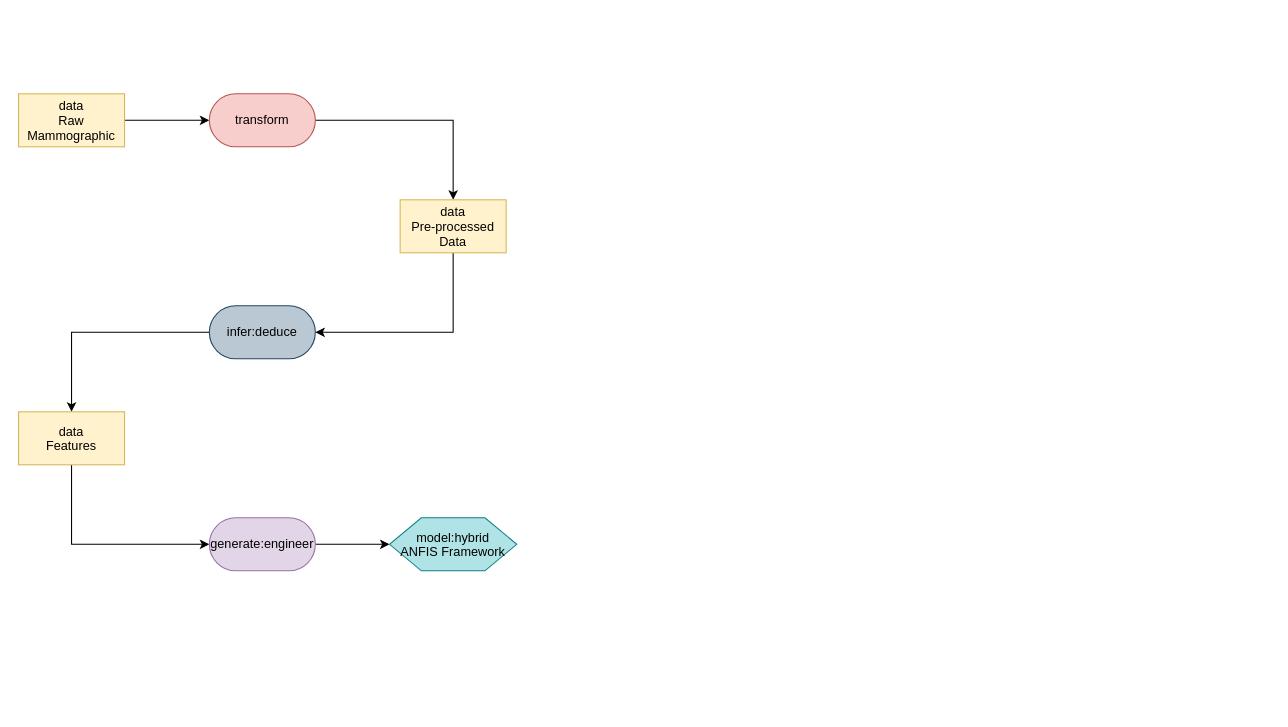
The draw.io diagram page "REML First Refined Pattern" (2 of 6) of medical patterns to boxologies/Rule-Based Method pre-processes input data for ML Prediction (RBML)/REML.drawio in zonnesmit/thesis, before the edit. Source tidied: cells renumbered, new cells numbered last; positions are measured from the earlier drawing's top-left corner, leaving out a move shared by most shapes. Both pictures are drawn from the tidied source at 106%, with x=0, y=0 at pixel (18, 93).
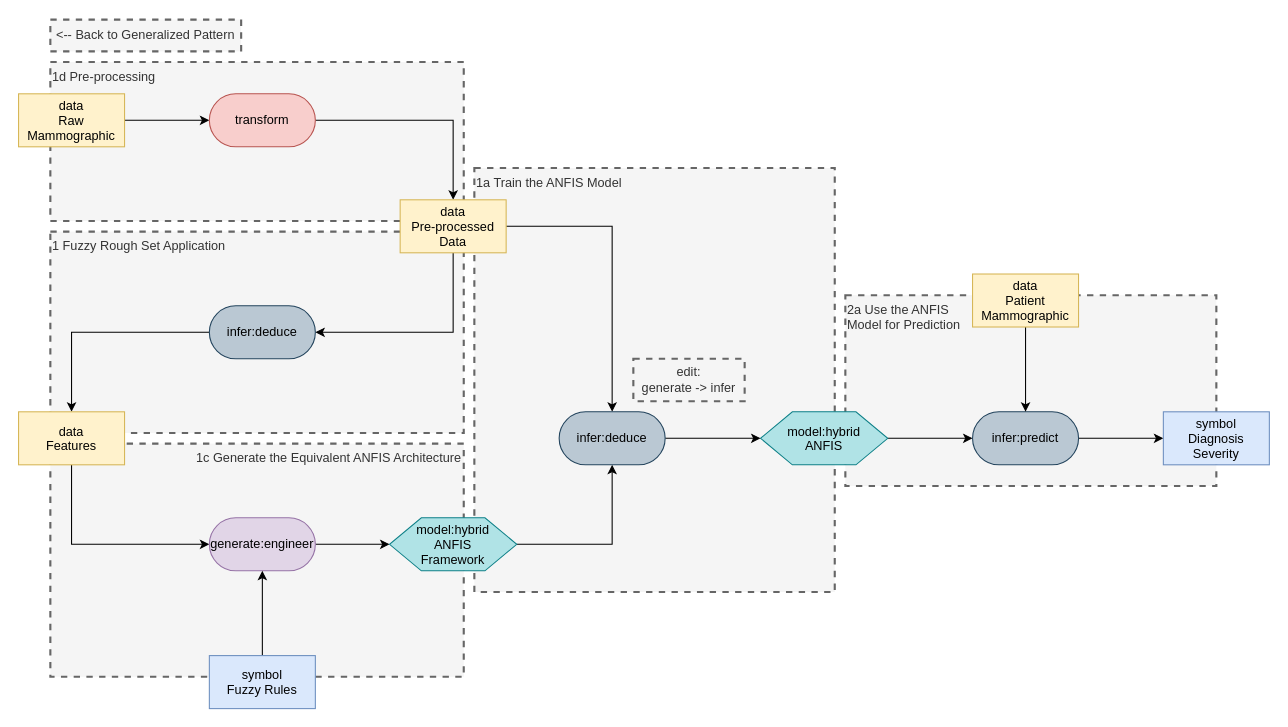
After the change.

The change refers to these unchanged cells:
```xml
<mxCell id="7" value="data&#10;Pre-processed&#10;Data" style="rectangle;fillColor=#fff2cc;strokeColor=#d6b656;" parent="1" vertex="1">
  <mxGeometry x="360" y="100" width="100" height="50" as="geometry" />
</mxCell>
<mxCell id="13" value="generate:engineer" style="rounded=1;whiteSpace=wrap;html=1;arcSize=50;fillColor=#e1d5e7;strokeColor=#9673a6;" parent="1" vertex="1">
  <mxGeometry x="180" y="400" width="100" height="50" as="geometry" />
</mxCell>
```

The edit, as a diff of the source:
```diff
@@
+    <mxCell id="15" value="&lt;div&gt;2a Use the ANFIS&lt;/div&gt;&lt;div&gt;Model for Prediction&lt;/div&gt;" style="text;html=1;align=left;verticalAlign=top;whiteSpace=wrap;rounded=0;dashed=1;fillColor=#f5f5f5;fontColor=#333333;strokeColor=#666666;strokeWidth=2;" parent="1" vertex="1">
+      <mxGeometry x="780" y="190" width="350" height="180" as="geometry" />
+    </mxCell>
+    <mxCell id="16" value="1a Train the ANFIS Model" style="text;html=1;align=left;verticalAlign=top;whiteSpace=wrap;rounded=0;dashed=1;fillColor=#f5f5f5;fontColor=#333333;strokeColor=#666666;strokeWidth=2;" parent="1" vertex="1">
+      <mxGeometry x="430" y="70" width="340" height="400" as="geometry" />
+    </mxCell>
+    <mxCell id="17" value="1c Generate the Equivalent ANFIS Architecture" style="text;html=1;align=right;verticalAlign=top;whiteSpace=wrap;rounded=0;dashed=1;fillColor=#f5f5f5;fontColor=#333333;strokeColor=#666666;strokeWidth=2;" parent="1" vertex="1">
+      <mxGeometry x="30" y="330" width="390" height="220" as="geometry" />
+    </mxCell>
+    <mxCell id="18" value="1 Fuzzy Rough Set Application" style="text;html=1;align=left;verticalAlign=top;whiteSpace=wrap;rounded=0;dashed=1;fillColor=#f5f5f5;fontColor=#333333;strokeColor=#666666;strokeWidth=2;" parent="1" vertex="1">
+      <mxGeometry x="30" y="130" width="390" height="190" as="geometry" />
+    </mxCell>
+    <mxCell id="19" value="1d Pre-processing" style="text;html=1;align=left;verticalAlign=top;whiteSpace=wrap;rounded=0;dashed=1;fillColor=#f5f5f5;fontColor=#333333;strokeColor=#666666;strokeWidth=2;" parent="1" vertex="1">
+      <mxGeometry x="30" y="-30" width="390" height="150" as="geometry" />
+    </mxCell>
@@
+    <mxCell id="20" style="edgeStyle=orthogonalEdgeStyle;rounded=0;jettySize=auto;html=1;exitX=1;exitY=0.5;exitDx=0;exitDy=0;entryX=0.5;entryY=0;entryDx=0;entryDy=0;" parent="1" edge="1" source="7" target="32">
+      <mxGeometry relative="1" as="geometry" />
+    </mxCell>
@@
+    <mxCell id="21" style="edgeStyle=orthogonalEdgeStyle;rounded=0;jettySize=auto;html=1;exitX=1;exitY=0.5;exitDx=0;exitDy=0;entryX=0.5;entryY=1;entryDx=0;entryDy=0;" parent="1" edge="1" source="14" target="32">
+      <mxGeometry relative="1" as="geometry" />
+    </mxCell>
-    <mxCell id="14" value="model:hybrid&#10;ANFIS Framework" style="shape=hexagon;perimeter=hexagonPerimeter2;fillColor=#b0e3e6;strokeColor=#0e8088;" parent="1" vertex="1">
+    <mxCell id="14" value="model:hybrid&#10;ANFIS&#10;Framework" style="shape=hexagon;perimeter=hexagonPerimeter2;fillColor=#b0e3e6;strokeColor=#0e8088;" parent="1" vertex="1">
       <mxGeometry x="350" y="400" width="120" height="50" as="geometry" />
     </mxCell>
+    <mxCell id="22" style="edgeStyle=orthogonalEdgeStyle;rounded=0;jettySize=auto;html=1;entryX=0.5;entryY=1;entryDx=0;entryDy=0;" parent="1" edge="1" source="23" target="13">
+      <mxGeometry relative="1" as="geometry" />
+    </mxCell>
+    <mxCell id="23" value="symbol&#10;Fuzzy Rules" style="rectangle;fillColor=#dae8fc;strokeColor=#6c8ebf;" parent="1" vertex="1">
+      <mxGeometry x="180" y="530" width="100" height="50" as="geometry" />
+    </mxCell>
+    <mxCell id="24" style="edgeStyle=orthogonalEdgeStyle;rounded=0;jettySize=auto;html=1;exitX=1;exitY=0.5;exitDx=0;exitDy=0;entryX=0;entryY=0.5;entryDx=0;entryDy=0;" parent="1" edge="1" source="25" target="27">
+      <mxGeometry relative="1" as="geometry" />
+    </mxCell>
+    <mxCell id="25" value="model:hybrid&#10;ANFIS" style="shape=hexagon;perimeter=hexagonPerimeter2;fillColor=#b0e3e6;strokeColor=#0e8088;" parent="1" vertex="1">
+      <mxGeometry x="700" y="300" width="120" height="50" as="geometry" />
+    </mxCell>
+    <mxCell id="26" style="edgeStyle=orthogonalEdgeStyle;rounded=0;jettySize=auto;html=1;exitX=1;exitY=0.5;exitDx=0;exitDy=0;entryX=0;entryY=0.5;entryDx=0;entryDy=0;" parent="1" edge="1" source="27" target="30">
+      <mxGeometry relative="1" as="geometry" />
+    </mxCell>
+    <mxCell id="27" value="infer:predict" style="rounded=1;whiteSpace=wrap;html=1;arcSize=50;fillColor=#bac8d3;strokeColor=#23445d;" parent="1" vertex="1">
+      <mxGeometry x="900" y="300" width="100" height="50" as="geometry" />
+    </mxCell>
+    <mxCell id="28" style="edgeStyle=orthogonalEdgeStyle;rounded=0;jettySize=auto;html=1;entryX=0.5;entryY=0;entryDx=0;entryDy=0;" parent="1" edge="1" source="29" target="27">
+      <mxGeometry relative="1" as="geometry" />
+    </mxCell>
+    <mxCell id="29" value="data&#10;Patient&#10;Mammographic" style="rectangle;fillColor=#fff2cc;strokeColor=#d6b656;" parent="1" vertex="1">
+      <mxGeometry x="900" y="170" width="100" height="50" as="geometry" />
+    </mxCell>
+    <mxCell id="30" value="symbol&#10;Diagnosis&#10;Severity" style="rectangle;fillColor=#dae8fc;strokeColor=#6c8ebf;" parent="1" vertex="1">
+      <mxGeometry x="1080" y="300" width="100" height="50" as="geometry" />
+    </mxCell>
+    <mxCell id="31" style="edgeStyle=orthogonalEdgeStyle;rounded=0;jettySize=auto;html=1;exitX=1;exitY=0.5;exitDx=0;exitDy=0;entryX=0;entryY=0.5;entryDx=0;entryDy=0;" parent="1" edge="1" source="32" target="25">
+      <mxGeometry relative="1" as="geometry" />
+    </mxCell>
+    <mxCell id="32" value="infer:deduce" style="rounded=1;whiteSpace=wrap;html=1;arcSize=50;fillColor=#bac8d3;strokeColor=#23445d;" parent="1" vertex="1">
+      <mxGeometry x="510" y="300" width="100" height="50" as="geometry" />
+    </mxCell>
+    <mxCell id="33" value="&lt;div&gt;edit:&lt;/div&gt;&lt;div&gt;generate -&amp;gt; infer&lt;/div&gt;" style="text;html=1;align=center;verticalAlign=middle;whiteSpace=wrap;rounded=0;dashed=1;fillColor=#f5f5f5;fontColor=#333333;strokeColor=#666666;strokeWidth=2;" parent="1" vertex="1">
+      <mxGeometry x="580" y="250" width="105" height="40" as="geometry" />
+    </mxCell>
+    <mxCell id="34" value="&amp;lt;-- Back to Generalized Pattern" style="text;html=1;align=center;verticalAlign=middle;whiteSpace=wrap;rounded=0;dashed=1;fillColor=#f5f5f5;fontColor=#333333;strokeColor=#666666;strokeWidth=2;" parent="1" vertex="1">
+      <mxGeometry x="30" y="-70" width="180" height="30" as="geometry" />
+    </mxCell>
```
